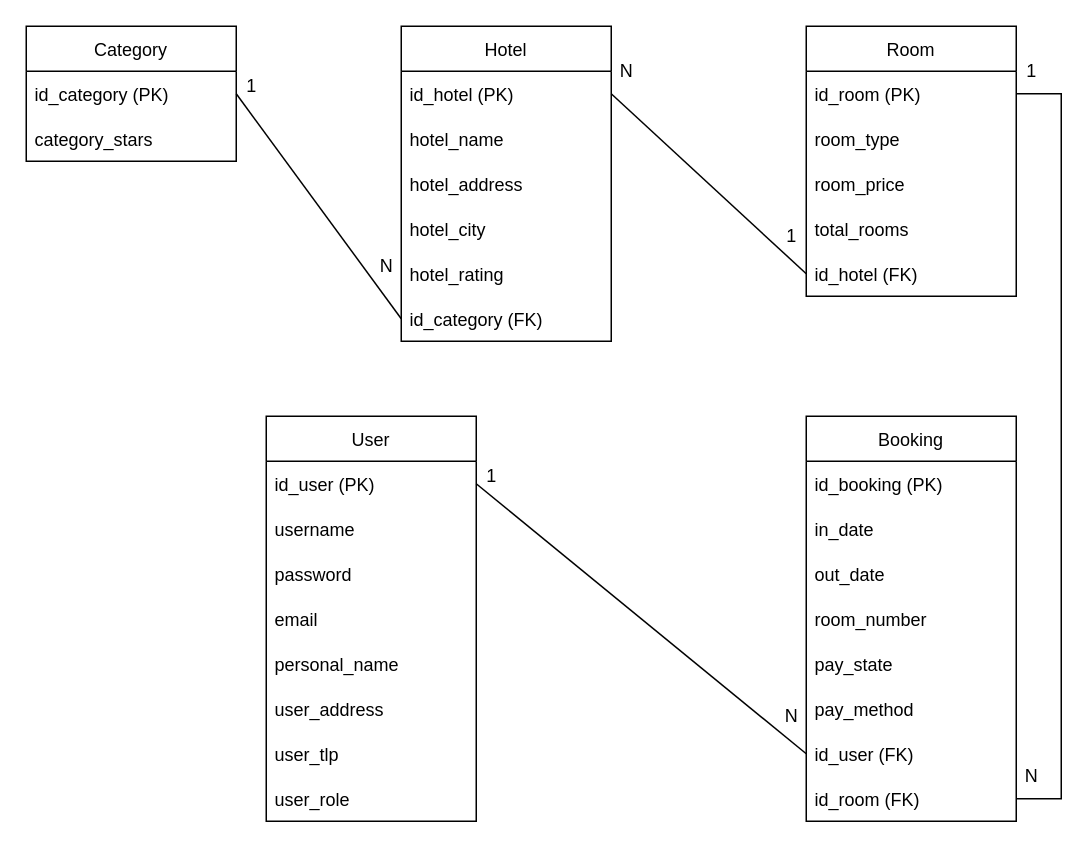
Before: sql/Diagrama relacional.drawio in JAF-Corporation/Proyecto-practicas, a draw.io diagram. Source tidied: cells renumbered, new cells numbered last; positions are measured from the earlier drawing's top-left corner, leaving out a move shared by most shapes. Both pictures are drawn from the tidied source at 150%, with x=0, y=0 at pixel (26, 26).
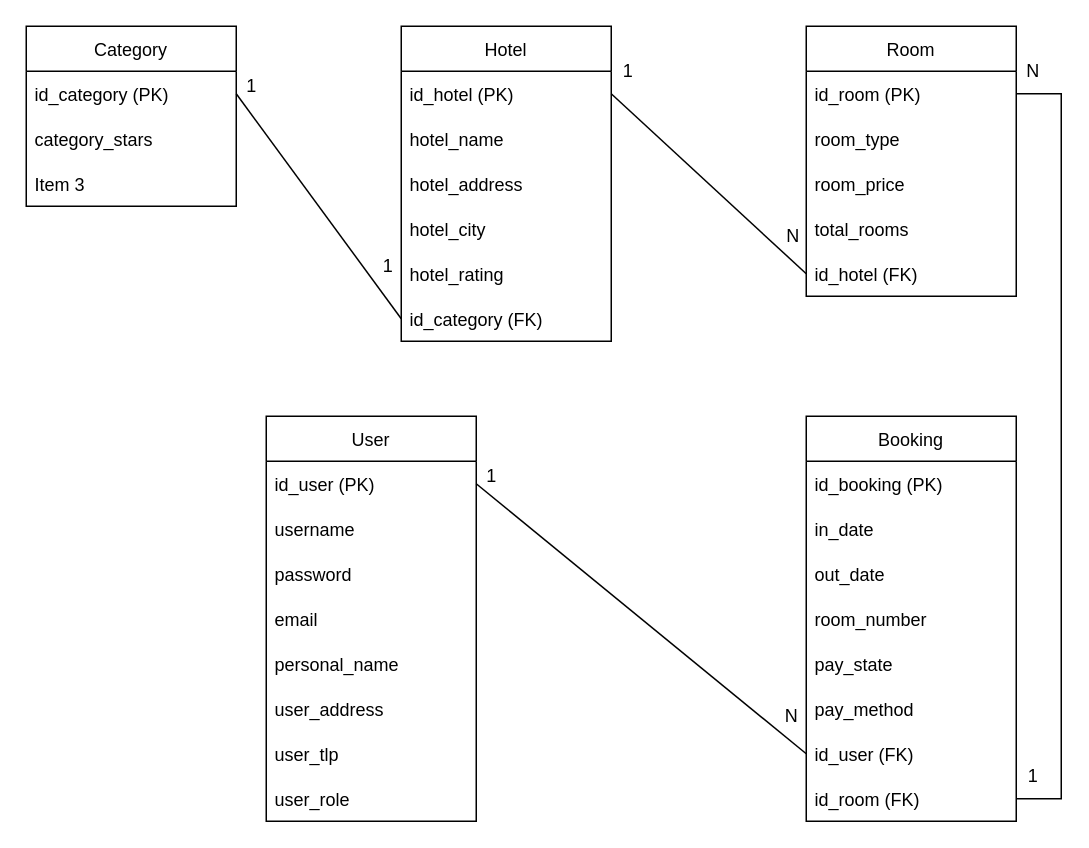
The same diagram, later.

What changed in the source:
```diff
@@
     <mxCell id="2" value="Category" style="swimlane;fontStyle=0;horizontal=1;startSize=30;" parent="1" vertex="1">
-      <mxGeometry width="140" height="90" as="geometry" />
+      <mxGeometry width="140" height="120" as="geometry" />
     </mxCell>
@@
+    <mxCell id="48" value="Item 3" style="text;strokeColor=none;fillColor=none;align=left;verticalAlign=middle;spacingLeft=4;spacingRight=4;overflow=hidden;" parent="2" vertex="1">
+      <mxGeometry y="90" width="140" height="30" as="geometry" />
+    </mxCell>
@@
-    <mxCell id="38" value="N" style="text;html=1;align=center;verticalAlign=middle;strokeColor=none;fillColor=none;" parent="1" vertex="1">
-      <mxGeometry x="230" y="150" width="20" height="20" as="geometry" />
+    <mxCell id="38" value="1" style="text;html=1;align=center;verticalAlign=middle;strokeColor=none;fillColor=none;" parent="1" vertex="1">
+      <mxGeometry x="232" y="151" width="17" height="18" as="geometry" />
     </mxCell>
@@
-    <mxCell id="40" value="N" style="text;html=1;align=center;verticalAlign=middle;strokeColor=none;fillColor=none;" parent="1" vertex="1">
-      <mxGeometry x="390" y="20" width="20" height="20" as="geometry" />
+    <mxCell id="40" value="1" style="text;html=1;align=center;verticalAlign=middle;strokeColor=none;fillColor=none;" parent="1" vertex="1">
+      <mxGeometry x="392" y="21" width="17" height="18" as="geometry" />
     </mxCell>
-    <mxCell id="41" value="1" style="text;html=1;align=center;verticalAlign=middle;strokeColor=none;fillColor=none;" parent="1" vertex="1">
-      <mxGeometry x="500" y="130" width="20" height="20" as="geometry" />
+    <mxCell id="41" value="N" style="text;html=1;align=center;verticalAlign=middle;strokeColor=none;fillColor=none;" parent="1" vertex="1">
+      <mxGeometry x="501" y="131" width="19" height="18" as="geometry" />
     </mxCell>
@@
-    <mxCell id="43" value="1" style="text;html=1;align=center;verticalAlign=middle;strokeColor=none;fillColor=none;" parent="1" vertex="1">
-      <mxGeometry x="660" y="20" width="20" height="20" as="geometry" />
+    <mxCell id="43" value="N" style="text;html=1;align=center;verticalAlign=middle;strokeColor=none;fillColor=none;" parent="1" vertex="1">
+      <mxGeometry x="661" y="21" width="19" height="18" as="geometry" />
     </mxCell>
-    <mxCell id="44" value="N" style="text;html=1;align=center;verticalAlign=middle;strokeColor=none;fillColor=none;" parent="1" vertex="1">
-      <mxGeometry x="660" y="490" width="20" height="20" as="geometry" />
+    <mxCell id="44" value="1" style="text;html=1;align=center;verticalAlign=middle;strokeColor=none;fillColor=none;" parent="1" vertex="1">
+      <mxGeometry x="662" y="491" width="17" height="18" as="geometry" />
     </mxCell>
```
